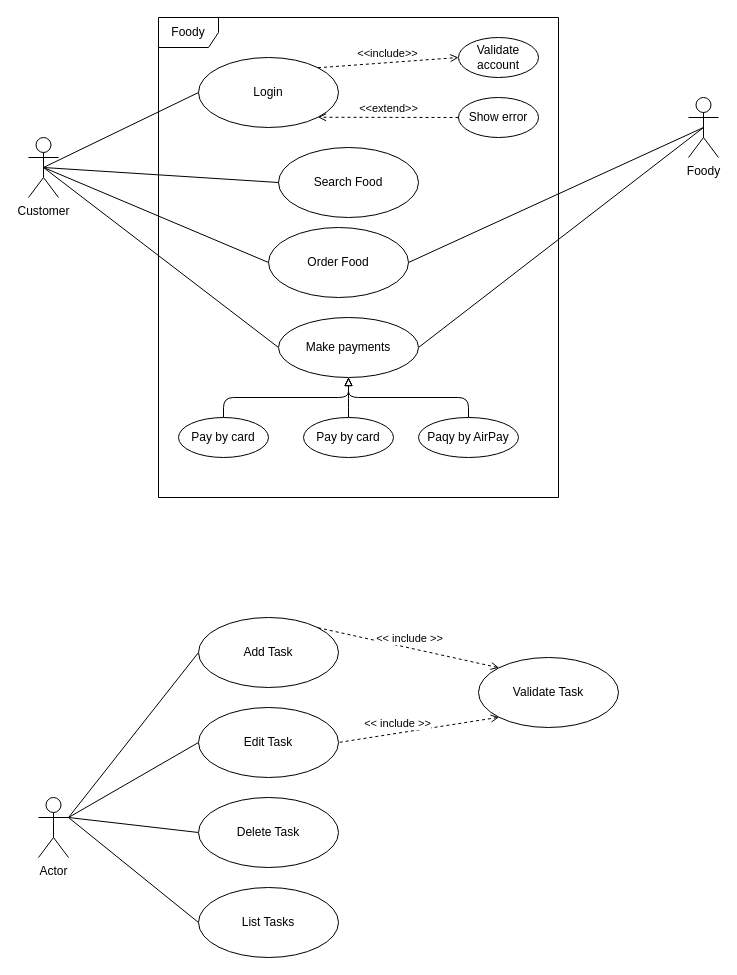
Above: page "Todo_Usecase" (1 of 4) of usecase.dio in rickiedev/viper-vue (draw.io), before the change. Source tidied: cells renumbered, new cells numbered last; positions are measured from the earlier drawing's top-left corner, leaving out a move shared by most shapes. Both pictures are drawn from the tidied source at 100%, with x=0, y=0 at pixel (28, 17).
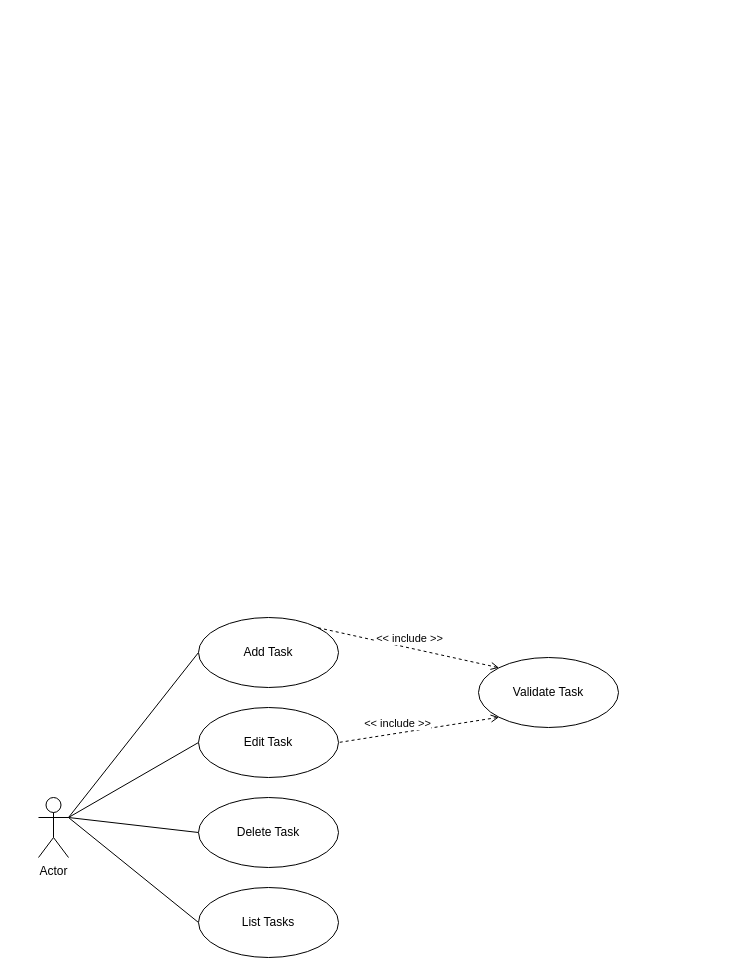
Above is the later version.

Unchanged cells that the change refers to:
```xml
<mxCell id="29" value="Edit Task" style="ellipse;whiteSpace=wrap;html=1;" parent="1" vertex="1">
  <mxGeometry x="170" y="690" width="140" height="70" as="geometry" />
</mxCell>
<mxCell id="34" style="edgeStyle=none;html=1;exitX=0;exitY=0;exitDx=0;exitDy=0;entryX=1;entryY=0;entryDx=0;entryDy=0;endArrow=none;endFill=0;dashed=1;startArrow=open;startFill=0;" parent="1" edge="1" source="38" target="27">
  <mxGeometry relative="1" as="geometry" />
</mxCell>
<mxCell id="36" style="edgeStyle=none;html=1;exitX=0;exitY=1;exitDx=0;exitDy=0;entryX=1;entryY=0.5;entryDx=0;entryDy=0;dashed=1;startArrow=open;startFill=0;endArrow=none;endFill=0;" parent="1" edge="1" source="38" target="29">
  <mxGeometry relative="1" as="geometry" />
</mxCell>
```

The edit, as a diff of the source:
```diff
@@
-    <mxCell id="2" value="Foody" style="shape=umlFrame;whiteSpace=wrap;html=1;" parent="1" vertex="1">
-      <mxGeometry x="130" width="400" height="480" as="geometry" />
-    </mxCell>
-    <mxCell id="3" style="edgeStyle=none;html=1;exitX=0.5;exitY=0.5;exitDx=0;exitDy=0;exitPerimeter=0;entryX=0;entryY=0.5;entryDx=0;entryDy=0;endArrow=none;endFill=0;" parent="1" edge="1" source="7" target="11">
-      <mxGeometry relative="1" as="geometry" />
-    </mxCell>
-    <mxCell id="4" style="edgeStyle=none;html=1;exitX=0.5;exitY=0.5;exitDx=0;exitDy=0;exitPerimeter=0;entryX=0;entryY=0.5;entryDx=0;entryDy=0;endArrow=none;endFill=0;" parent="1" edge="1" source="7" target="12">
-      <mxGeometry relative="1" as="geometry" />
-    </mxCell>
-    <mxCell id="5" style="edgeStyle=none;html=1;exitX=0.5;exitY=0.5;exitDx=0;exitDy=0;exitPerimeter=0;entryX=0;entryY=0.5;entryDx=0;entryDy=0;endArrow=none;endFill=0;" parent="1" edge="1" source="7" target="13">
-      <mxGeometry relative="1" as="geometry" />
-    </mxCell>
-    <mxCell id="6" style="edgeStyle=none;html=1;entryX=0;entryY=0.5;entryDx=0;entryDy=0;endArrow=none;endFill=0;exitX=0.5;exitY=0.5;exitDx=0;exitDy=0;exitPerimeter=0;" parent="1" edge="1" source="7" target="14">
-      <mxGeometry relative="1" as="geometry" />
-    </mxCell>
-    <mxCell id="7" value="Customer" style="shape=umlActor;verticalLabelPosition=bottom;verticalAlign=top;html=1;" parent="1" vertex="1">
-      <mxGeometry y="120" width="30" height="60" as="geometry" />
-    </mxCell>
-    <mxCell id="8" style="edgeStyle=none;html=1;exitX=0.5;exitY=0.5;exitDx=0;exitDy=0;exitPerimeter=0;entryX=1;entryY=0.5;entryDx=0;entryDy=0;endArrow=none;endFill=0;" parent="1" edge="1" source="10" target="13">
-      <mxGeometry relative="1" as="geometry" />
-    </mxCell>
-    <mxCell id="9" style="edgeStyle=none;html=1;exitX=0.5;exitY=0.5;exitDx=0;exitDy=0;exitPerimeter=0;entryX=1;entryY=0.5;entryDx=0;entryDy=0;endArrow=none;endFill=0;" parent="1" edge="1" source="10" target="14">
-      <mxGeometry relative="1" as="geometry" />
-    </mxCell>
-    <mxCell id="10" value="Foody" style="shape=umlActor;verticalLabelPosition=bottom;verticalAlign=top;html=1;" parent="1" vertex="1">
-      <mxGeometry x="660" y="80" width="30" height="60" as="geometry" />
-    </mxCell>
-    <mxCell id="11" value="Login" style="ellipse;whiteSpace=wrap;html=1;" parent="1" vertex="1">
-      <mxGeometry x="170" y="40" width="140" height="70" as="geometry" />
-    </mxCell>
-    <mxCell id="12" value="Search Food" style="ellipse;whiteSpace=wrap;html=1;" parent="1" vertex="1">
-      <mxGeometry x="250" y="130" width="140" height="70" as="geometry" />
-    </mxCell>
-    <mxCell id="13" value="Order Food" style="ellipse;whiteSpace=wrap;html=1;" parent="1" vertex="1">
-      <mxGeometry x="240" y="210" width="140" height="70" as="geometry" />
-    </mxCell>
-    <mxCell id="14" value="Make payments" style="ellipse;whiteSpace=wrap;html=1;" parent="1" vertex="1">
-      <mxGeometry x="250" y="300" width="140" height="60" as="geometry" />
-    </mxCell>
-    <mxCell id="15" value="Validate account" style="ellipse;whiteSpace=wrap;html=1;" parent="1" vertex="1">
-      <mxGeometry x="430" y="20" width="80" height="40" as="geometry" />
-    </mxCell>
-    <mxCell id="16" value="Show error" style="ellipse;whiteSpace=wrap;html=1;" parent="1" vertex="1">
-      <mxGeometry x="430" y="80" width="80" height="40" as="geometry" />
-    </mxCell>
-    <mxCell id="17" value="&amp;lt;&amp;lt;include&amp;gt;&amp;gt;" style="html=1;verticalAlign=bottom;labelBackgroundColor=none;endArrow=open;endFill=0;dashed=1;entryX=0;entryY=0.5;entryDx=0;entryDy=0;exitX=1;exitY=0;exitDx=0;exitDy=0;" parent="1" edge="1" source="11" target="15">
-      <mxGeometry relative="1" as="geometry" />
-    </mxCell>
-    <mxCell id="18" value="&amp;lt;&amp;lt;extend&amp;gt;&amp;gt;" style="html=1;verticalAlign=bottom;labelBackgroundColor=none;endArrow=open;endFill=0;dashed=1;entryX=1;entryY=1;entryDx=0;entryDy=0;exitX=0;exitY=0.5;exitDx=0;exitDy=0;" parent="1" edge="1" source="16" target="11">
-      <mxGeometry relative="1" as="geometry" />
-    </mxCell>
-    <mxCell id="19" style="edgeStyle=elbowEdgeStyle;html=1;exitX=0.5;exitY=0;exitDx=0;exitDy=0;endArrow=block;endFill=0;elbow=vertical;" parent="1" edge="1" source="20" target="14">
-      <mxGeometry relative="1" as="geometry" />
-    </mxCell>
-    <mxCell id="20" value="Paqy by AirPay" style="ellipse;whiteSpace=wrap;html=1;" parent="1" vertex="1">
-      <mxGeometry x="390" y="400" width="100" height="40" as="geometry" />
-    </mxCell>
-    <mxCell id="21" style="edgeStyle=elbowEdgeStyle;html=1;exitX=0.5;exitY=0;exitDx=0;exitDy=0;entryX=0.5;entryY=1;entryDx=0;entryDy=0;endArrow=block;endFill=0;elbow=vertical;" parent="1" edge="1" source="22" target="14">
-      <mxGeometry relative="1" as="geometry" />
-    </mxCell>
-    <mxCell id="22" value="Pay by card" style="ellipse;whiteSpace=wrap;html=1;" parent="1" vertex="1">
-      <mxGeometry x="275" y="400" width="90" height="40" as="geometry" />
-    </mxCell>
-    <mxCell id="23" style="edgeStyle=elbowEdgeStyle;html=1;exitX=0.5;exitY=0;exitDx=0;exitDy=0;entryX=0.5;entryY=1;entryDx=0;entryDy=0;endArrow=block;endFill=0;elbow=vertical;" parent="1" edge="1" source="24" target="14">
-      <mxGeometry relative="1" as="geometry" />
-    </mxCell>
-    <mxCell id="24" value="Pay by card" style="ellipse;whiteSpace=wrap;html=1;" parent="1" vertex="1">
-      <mxGeometry x="150" y="400" width="90" height="40" as="geometry" />
-    </mxCell>
@@
-    <mxCell id="28" style="edgeStyle=none;html=1;exitX=0;exitY=0.5;exitDx=0;exitDy=0;endArrow=none;endFill=0;" parent="1" edge="1" source="29">
-      <mxGeometry relative="1" as="geometry">
-        <mxPoint x="40" y="800" as="targetPoint" />
-      </mxGeometry>
-    </mxCell>
+    <mxCell id="39" style="edgeStyle=none;html=1;exitX=0;exitY=0.5;exitDx=0;exitDy=0;endArrow=none;endFill=0;" parent="1" edge="1" source="29">
+      <mxGeometry relative="1" as="geometry">
+        <mxPoint x="40" y="800" as="targetPoint" />
+      </mxGeometry>
+    </mxCell>
@@
-    <mxCell id="35" value="&amp;lt;&amp;lt; include &amp;gt;&amp;gt;" style="edgeLabel;html=1;align=center;verticalAlign=middle;" parent="34" vertex="1">
-      <mxGeometry x="0.25" y="1" relative="1" as="geometry">
-        <mxPoint x="23" y="-6" as="offset" />
-      </mxGeometry>
-    </mxCell>
+    <mxCell id="40" value="&amp;lt;&amp;lt; include &amp;gt;&amp;gt;" style="edgeLabel;html=1;align=center;verticalAlign=middle;" parent="34" vertex="1">
+      <mxGeometry x="0.25" y="1" relative="1" as="geometry">
+        <mxPoint x="23" y="-6" as="offset" />
+      </mxGeometry>
+    </mxCell>
@@
-    <mxCell id="37" value="&amp;lt;&amp;lt; include &amp;gt;&amp;gt;" style="edgeLabel;html=1;align=center;verticalAlign=middle;" parent="36" vertex="1">
-      <mxGeometry x="0.39" y="5" relative="1" as="geometry">
-        <mxPoint x="9" y="-17" as="offset" />
-      </mxGeometry>
-    </mxCell>
+    <mxCell id="41" value="&amp;lt;&amp;lt; include &amp;gt;&amp;gt;" style="edgeLabel;html=1;align=center;verticalAlign=middle;" parent="36" vertex="1">
+      <mxGeometry x="0.39" y="5" relative="1" as="geometry">
+        <mxPoint x="9" y="-17" as="offset" />
+      </mxGeometry>
+    </mxCell>
```
